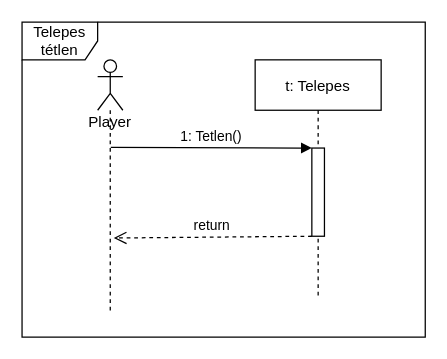
This is doc/szekvencia/4het_szek_TelepesTetlen.drawio from torpeBoiGo/aszteroidabanyaszat, a draw.io file, before an edit. Source tidied: cells renumbered, new cells numbered last; positions are measured from the earlier drawing's top-left corner, leaving out a move shared by most shapes. Both pictures are drawn from the tidied source at 126%, with x=0, y=0 at pixel (21, 21).
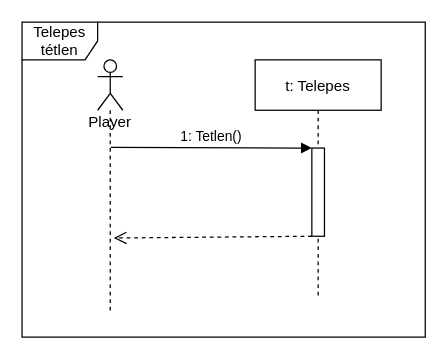
Above is the later version.

Diff of the diagram source:
```diff
@@
 <mxGraphModel>
   <root>
     <mxCell id="0" />
     <mxCell id="1" parent="0" />
     <mxCell id="2" value="Telepes tétlen" style="shape=umlFrame;whiteSpace=wrap;html=1;" parent="1" vertex="1">
       <mxGeometry width="320" height="250" as="geometry" />
     </mxCell>
     <mxCell id="3" value="t: Telepes" style="shape=umlLifeline;perimeter=lifelinePerimeter;rounded=0;shadow=0;strokeWidth=1;" parent="1" vertex="1">
       <mxGeometry x="185" y="30" width="100" height="190" as="geometry" />
     </mxCell>
     <mxCell id="4" style="points=[];perimeter=orthogonalPerimeter;rounded=0;shadow=0;strokeWidth=1;" parent="3" vertex="1">
       <mxGeometry x="45" y="70" width="10" height="70" as="geometry" />
     </mxCell>
-    <mxCell id="5" value="return" style="verticalAlign=bottom;endArrow=open;dashed=1;endSize=8;shadow=0;strokeWidth=1;entryX=0.64;entryY=0.707;entryDx=0;entryDy=0;entryPerimeter=0;" parent="1" edge="1" source="4" target="6">
+    <mxCell id="5" style="verticalAlign=bottom;endArrow=open;dashed=1;endSize=8;shadow=0;strokeWidth=1;entryX=0.64;entryY=0.707;entryDx=0;entryDy=0;entryPerimeter=0;" parent="1" edge="1" source="4" target="6">
       <mxGeometry relative="1" as="geometry" />
     </mxCell>
     <mxCell id="6" value="Player" style="shape=umlLifeline;participant=umlActor;perimeter=lifelinePerimeter;whiteSpace=wrap;html=1;verticalAlign=top;spacingTop=36;outlineConnect=0;" parent="1" vertex="1">
       <mxGeometry x="60" y="30" width="20" height="200" as="geometry" />
     </mxCell>
     <mxCell id="7" value="1: Tetlen()" style="verticalAlign=bottom;startArrow=none;endArrow=block;startSize=8;shadow=0;strokeWidth=1;startFill=0;exitX=0.52;exitY=0.347;exitDx=0;exitDy=0;exitPerimeter=0;" parent="1" edge="1" source="6" target="4">
       <mxGeometry relative="1" as="geometry" />
     </mxCell>
   </root>
 </mxGraphModel>
```
